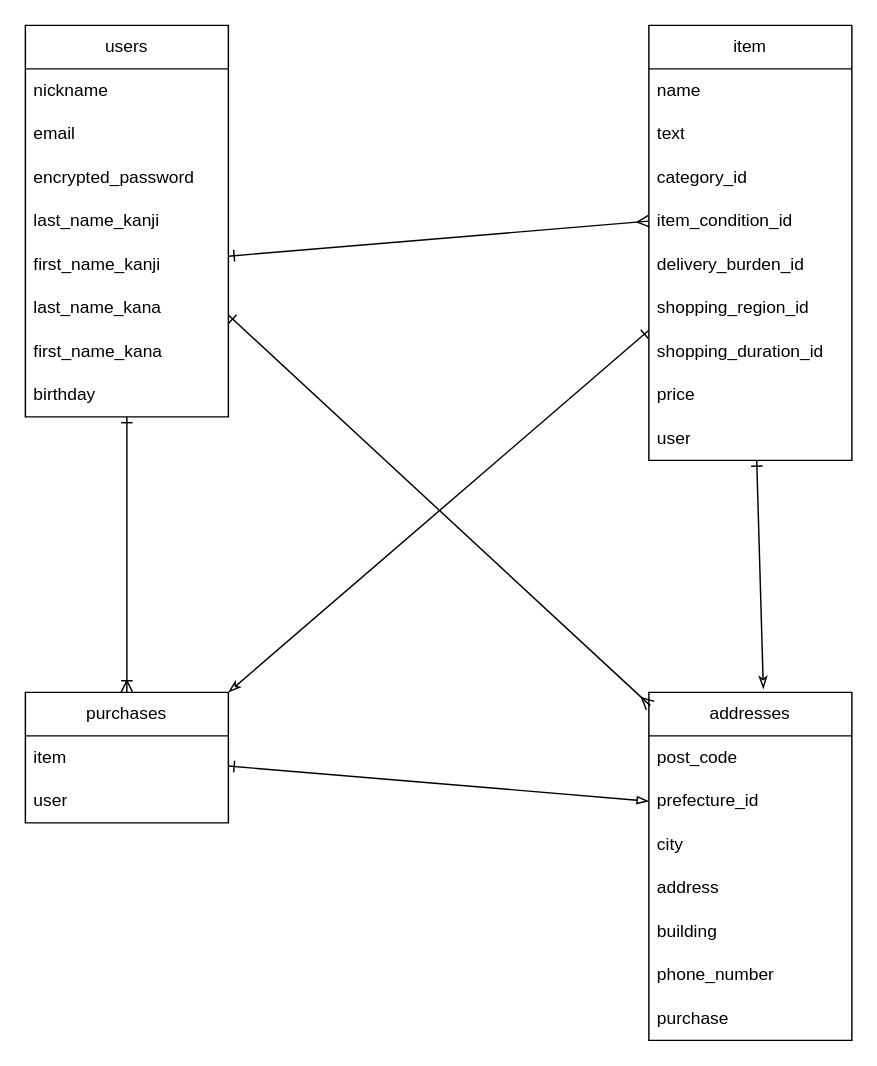
Above: furima.dio in RyumaKatoh/furima-39713 (draw.io), before the change. Source tidied: cells renumbered, new cells numbered last; positions are measured from the earlier drawing's top-left corner, leaving out a move shared by most shapes. Both pictures are drawn from the tidied source at 145%, with x=0, y=0 at pixel (25, 25).
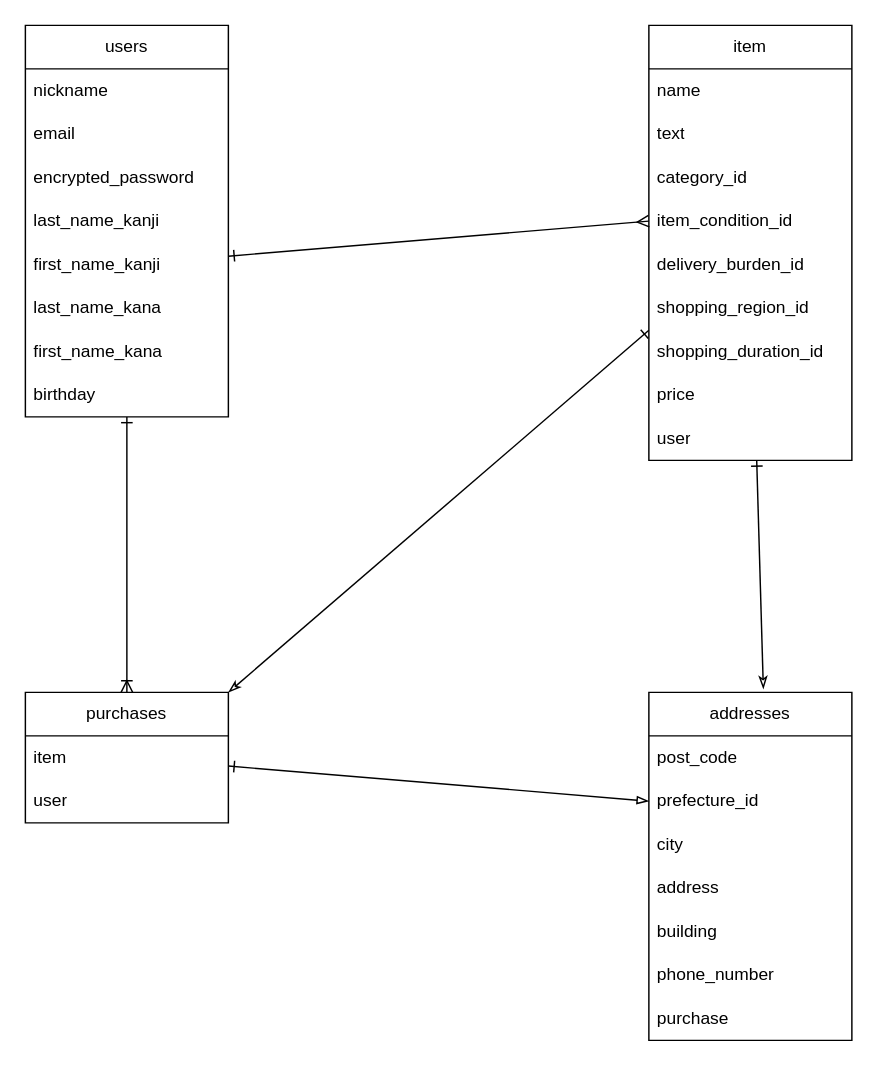
Above is the later version.

Commit message (it also covers changes not shown here):
データベース設計の修正②

The change refers to these unchanged cells:
```xml
<mxCell id="6" value="addresses" style="swimlane;fontStyle=0;horizontal=1;startSize=30;whiteSpace=wrap;html=1;" parent="1" vertex="1">
  <mxGeometry x="430" y="460" width="140" height="240" as="geometry" />
</mxCell>
<mxCell id="16" value="users" style="swimlane;fontStyle=0;horizontal=1;startSize=30;whiteSpace=wrap;html=1;" parent="1" vertex="1">
  <mxGeometry width="140" height="270" as="geometry" />
</mxCell>
```

The edit, as a diff of the source:
```diff
@@
-    <mxCell id="15" style="edgeStyle=none;html=1;entryX=0.007;entryY=0.038;entryDx=0;entryDy=0;entryPerimeter=0;startArrow=ERone;startFill=0;endArrow=ERmany;endFill=0;" parent="1" edge="1" source="16" target="6">
-      <mxGeometry relative="1" as="geometry" />
-    </mxCell>
```
